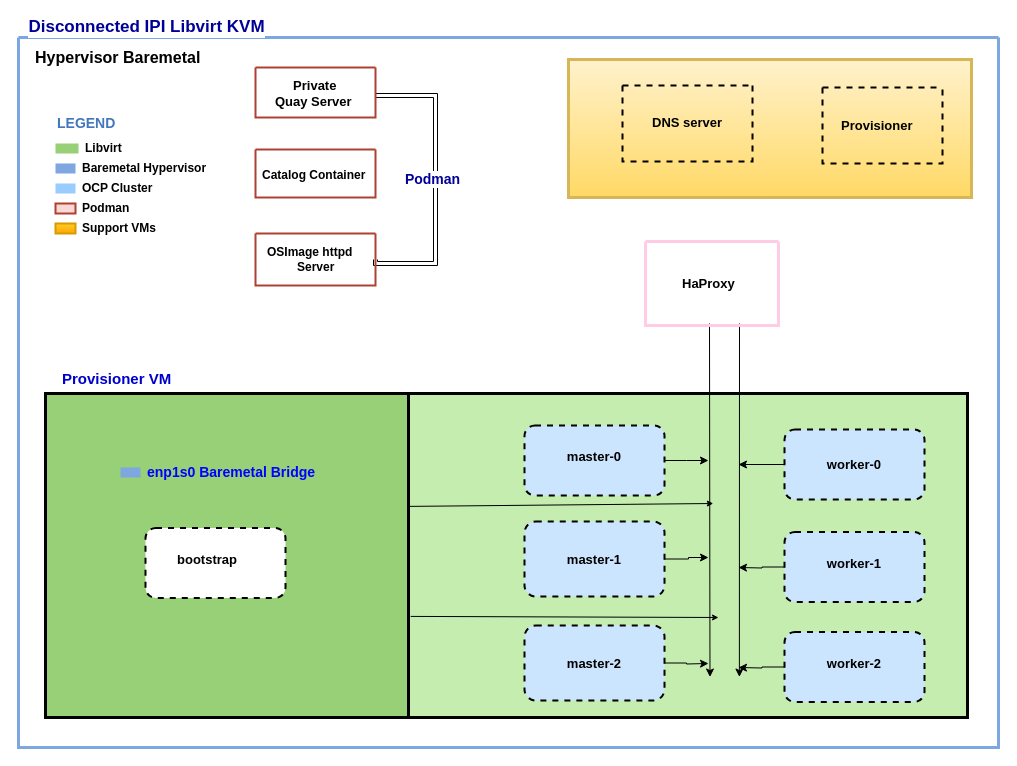
ansvu/ava-project keeps this draw.io diagram as Untitled Diagram.drawio. Above is the earlier version. Source tidied: cells renumbered, new cells numbered last; positions are measured from the earlier drawing's top-left corner, leaving out a move shared by most shapes. Both pictures are drawn from the tidied source at 100%, with x=0, y=0 at pixel (18, 17).
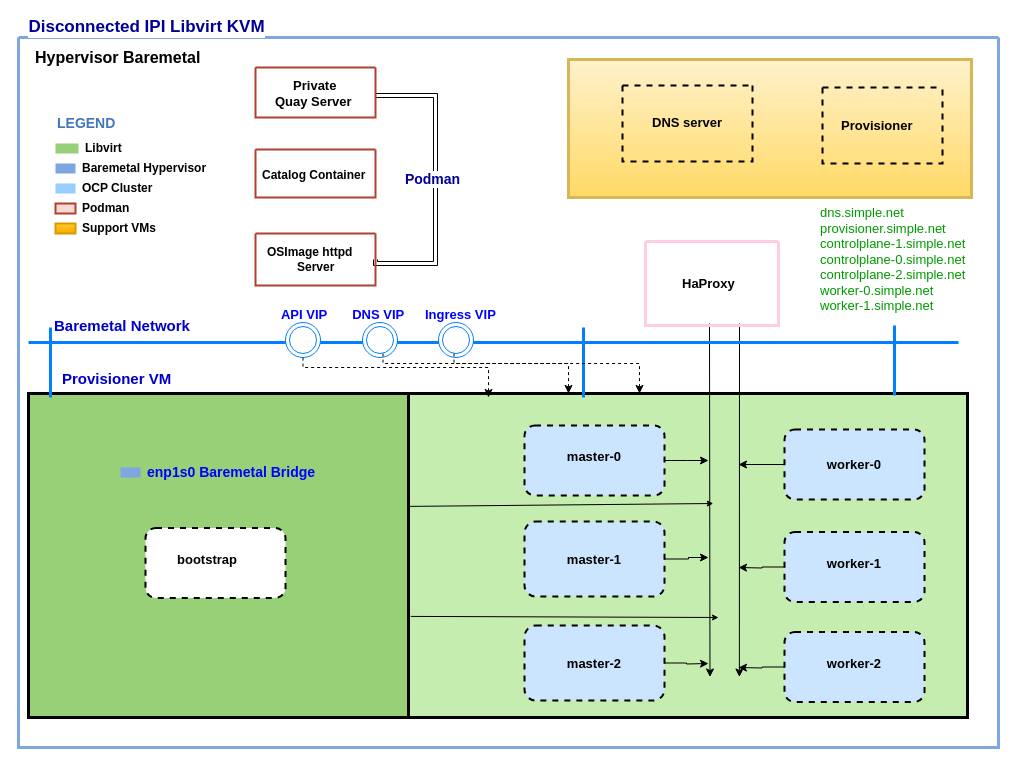
The same diagram, later.

Unchanged cells that the change refers to:
```xml
<mxCell id="2" value="&lt;span style=&quot;color: rgb(66, 119, 187); font-family: helvetica; font-size: 12px; font-style: normal; font-weight: 400; letter-spacing: normal; text-align: left; text-indent: 0px; text-transform: none; word-spacing: 0px; background-color: rgb(248, 249, 250); display: inline; float: none;&quot;&gt;Application component&lt;/span&gt;" style="swimlane;shadow=0;strokeColor=#7EA6E0;fillColor=#D4E1F5;align=right;startSize=0;noLabel=1;strokeWidth=3;" parent="1" vertex="1">
  <mxGeometry y="20" width="980" height="710" as="geometry" />
</mxCell>
```

The edit, as a diff of the source:
```diff
@@
     <mxCell id="39" style="rounded=0;whiteSpace=wrap;html=1;labelBackgroundColor=default;fontSize=17;fontColor=#000000;strokeColor=#000000;strokeWidth=3;fillColor=#97D077;gradientColor=none;" parent="2" vertex="1">
-      <mxGeometry x="27" y="356" width="363" height="324" as="geometry" />
+      <mxGeometry x="10" y="356" width="380" height="324" as="geometry" />
     </mxCell>
@@
+    <mxCell id="58" value="&lt;div style=&quot;font-size: 13px&quot;&gt;&lt;font style=&quot;font-weight: normal ; font-size: 13px&quot; color=&quot;#009900&quot;&gt;dns.simple.net&lt;/font&gt;&lt;/div&gt;&lt;div style=&quot;font-size: 13px&quot;&gt;&lt;font style=&quot;font-weight: normal ; font-size: 13px&quot; color=&quot;#009900&quot;&gt;provisioner.simple.net&lt;/font&gt;&lt;/div&gt;&lt;div style=&quot;font-size: 13px&quot;&gt;&lt;font style=&quot;font-weight: normal ; font-size: 13px&quot; color=&quot;#009900&quot;&gt;controlplane-1.simple.net&lt;/font&gt;&lt;/div&gt;&lt;div style=&quot;font-size: 13px&quot;&gt;&lt;font style=&quot;font-weight: normal ; font-size: 13px&quot; color=&quot;#009900&quot;&gt;controlplane-0.simple.net&lt;/font&gt;&lt;/div&gt;&lt;div style=&quot;font-size: 13px&quot;&gt;&lt;font style=&quot;font-weight: normal ; font-size: 13px&quot; color=&quot;#009900&quot;&gt;controlplane-2.simple.net&lt;/font&gt;&lt;/div&gt;&lt;div style=&quot;font-size: 13px&quot;&gt;&lt;font style=&quot;font-weight: normal ; font-size: 13px&quot; color=&quot;#009900&quot;&gt;worker-0.simple.net&lt;/font&gt;&lt;/div&gt;&lt;div style=&quot;font-size: 13px&quot;&gt;&lt;font style=&quot;font-weight: normal ; font-size: 13px&quot; color=&quot;#009900&quot;&gt;worker-1.simple.net&lt;/font&gt;&lt;/div&gt;" style="text;html=1;align=left;verticalAlign=middle;fontColor=#4277BB;shadow=0;dashed=0;strokeColor=none;fillColor=none;labelBackgroundColor=none;fontStyle=1;fontSize=9;spacingLeft=5;" parent="2" vertex="1">
+      <mxGeometry x="794.5" y="170" width="163" height="104" as="geometry" />
+    </mxCell>
+    <mxCell id="59" style="line;strokeWidth=3;html=1;perimeter=backbonePerimeter;labelBackgroundColor=#FFFFFF;fontSize=13;fontColor=#009900;fillColor=#97D077;gradientColor=none;strokeColor=#007FFF;" parent="2" vertex="1">
+      <mxGeometry x="10" y="290" width="930" height="30" as="geometry" />
+    </mxCell>
+    <mxCell id="60" value="&lt;font&gt;&lt;font style=&quot;font-size: 15px&quot; color=&quot;#0000cc&quot;&gt;Baremetal Network&lt;/font&gt;&lt;br&gt;&lt;/font&gt;" style="text;html=1;align=left;verticalAlign=middle;fontColor=#4277BB;shadow=0;dashed=0;strokeColor=none;fillColor=none;labelBackgroundColor=none;fontStyle=1;fontSize=9;spacingLeft=5;" parent="2" vertex="1">
+      <mxGeometry x="29" y="270" width="141" height="36" as="geometry" />
+    </mxCell>
+    <mxCell id="61" style="line;strokeWidth=3;direction=south;html=1;perimeter=backbonePerimeter;labelBackgroundColor=#FFFFFF;fontSize=13;fontColor=#009900;fillColor=#97D077;gradientColor=none;strokeColor=#007FFF;" parent="2" vertex="1">
+      <mxGeometry x="27" y="290" width="10" height="70" as="geometry" />
+    </mxCell>
+    <mxCell id="62" style="line;strokeWidth=3;direction=south;html=1;perimeter=backbonePerimeter;labelBackgroundColor=#FFFFFF;fontSize=13;fontColor=#009900;fillColor=#97D077;gradientColor=none;strokeColor=#007FFF;" parent="2" vertex="1">
+      <mxGeometry x="560" y="290" width="10" height="70" as="geometry" />
+    </mxCell>
+    <mxCell id="63" style="line;strokeWidth=3;direction=south;html=1;perimeter=backbonePerimeter;labelBackgroundColor=#FFFFFF;fontSize=13;fontColor=#009900;fillColor=#97D077;gradientColor=none;strokeColor=#007FFF;" parent="2" vertex="1">
+      <mxGeometry x="871" y="288" width="10" height="70" as="geometry" />
+    </mxCell>
+    <mxCell id="64" style="ellipse;shape=doubleEllipse;whiteSpace=wrap;html=1;labelBackgroundColor=#FFFFFF;fontSize=13;fontColor=#009900;strokeColor=#007FFF;strokeWidth=1;fillColor=#FFFFFF;gradientColor=none;" parent="2" vertex="1">
+      <mxGeometry x="267" y="285" width="35" height="35" as="geometry" />
+    </mxCell>
+    <mxCell id="65" style="ellipse;shape=doubleEllipse;whiteSpace=wrap;html=1;labelBackgroundColor=#FFFFFF;fontSize=13;fontColor=#009900;strokeColor=#007FFF;strokeWidth=1;fillColor=#FFFFFF;gradientColor=none;" parent="2" vertex="1">
+      <mxGeometry x="344" y="285" width="35" height="35" as="geometry" />
+    </mxCell>
+    <mxCell id="66" style="ellipse;shape=doubleEllipse;whiteSpace=wrap;html=1;labelBackgroundColor=#FFFFFF;fontSize=13;fontColor=#009900;strokeColor=#007FFF;strokeWidth=1;fillColor=#FFFFFF;gradientColor=none;" parent="2" vertex="1">
+      <mxGeometry x="420" y="285" width="35" height="35" as="geometry" />
+    </mxCell>
+    <mxCell id="67" style="edgeStyle=elbowEdgeStyle;rounded=0;elbow=vertical;html=1;labelBackgroundColor=#ffffff;startArrow=classic;startFill=1;startSize=6;endArrow=none;endFill=0;endSize=6;jettySize=auto;orthogonalLoop=1;strokeWidth=1;fontSize=14;fontColor=#009900;entryX=0.5;entryY=1;entryDx=0;entryDy=0;dashed=1;" parent="2" edge="1">
+      <mxGeometry relative="1" as="geometry">
+        <mxPoint x="550" y="356" as="sourcePoint" />
+        <mxPoint x="364.5" y="316" as="targetPoint" />
+        <Array as="points">
+          <mxPoint x="490" y="326" />
+        </Array>
+      </mxGeometry>
+    </mxCell>
+    <mxCell id="68" style="edgeStyle=elbowEdgeStyle;rounded=0;elbow=vertical;html=1;labelBackgroundColor=#ffffff;startArrow=classic;startFill=1;startSize=6;endArrow=none;endFill=0;endSize=6;jettySize=auto;orthogonalLoop=1;strokeWidth=1;fontSize=14;fontColor=#009900;entryX=0.5;entryY=1;entryDx=0;entryDy=0;dashed=1;" parent="2" edge="1">
+      <mxGeometry relative="1" as="geometry">
+        <mxPoint x="621" y="356" as="sourcePoint" />
+        <mxPoint x="435.5" y="316" as="targetPoint" />
+        <Array as="points">
+          <mxPoint x="561" y="326" />
+        </Array>
+      </mxGeometry>
+    </mxCell>
+    <mxCell id="69" value="&lt;span style=&quot;font-size: 13px&quot;&gt;&lt;font color=&quot;#0000ff&quot;&gt;&amp;nbsp; &amp;nbsp; API VIP&lt;/font&gt;&lt;/span&gt;" style="text;html=1;align=left;verticalAlign=middle;fontColor=#4277BB;shadow=0;dashed=0;strokeColor=none;fillColor=none;labelBackgroundColor=none;fontStyle=1;fontSize=9;spacingLeft=5;" parent="2" vertex="1">
+      <mxGeometry x="242" y="266" width="90" height="22" as="geometry" />
+    </mxCell>
+    <mxCell id="70" value="&lt;span style=&quot;font-size: 13px&quot;&gt;&lt;font color=&quot;#0000ff&quot;&gt;&amp;nbsp; DNS VIP&lt;/font&gt;&lt;/span&gt;" style="text;html=1;align=left;verticalAlign=middle;fontColor=#4277BB;shadow=0;dashed=0;strokeColor=none;fillColor=none;labelBackgroundColor=none;fontStyle=1;fontSize=9;spacingLeft=5;" parent="2" vertex="1">
+      <mxGeometry x="320" y="266" width="90" height="22" as="geometry" />
+    </mxCell>
+    <mxCell id="71" value="&lt;span style=&quot;font-size: 13px&quot;&gt;&lt;font color=&quot;#0000ff&quot;&gt;Ingress VIP&lt;/font&gt;&lt;/span&gt;" style="text;html=1;align=left;verticalAlign=middle;fontColor=#4277BB;shadow=0;dashed=0;strokeColor=none;fillColor=none;labelBackgroundColor=none;fontStyle=1;fontSize=9;spacingLeft=5;" parent="2" vertex="1">
+      <mxGeometry x="400" y="266" width="90" height="22" as="geometry" />
+    </mxCell>
@@
+    <mxCell id="72" style="edgeStyle=elbowEdgeStyle;rounded=0;elbow=vertical;html=1;labelBackgroundColor=#ffffff;startArrow=classic;startFill=1;startSize=6;endArrow=none;endFill=0;endSize=6;jettySize=auto;strokeWidth=1;fontSize=14;fontColor=#009900;entryX=0.5;entryY=1;entryDx=0;entryDy=0;dashed=1;" parent="1" edge="1" target="64">
+      <mxGeometry relative="1" as="geometry">
+        <mxPoint x="470" y="380" as="sourcePoint" />
+        <Array as="points">
+          <mxPoint x="410" y="350" />
+        </Array>
+      </mxGeometry>
+    </mxCell>
```
